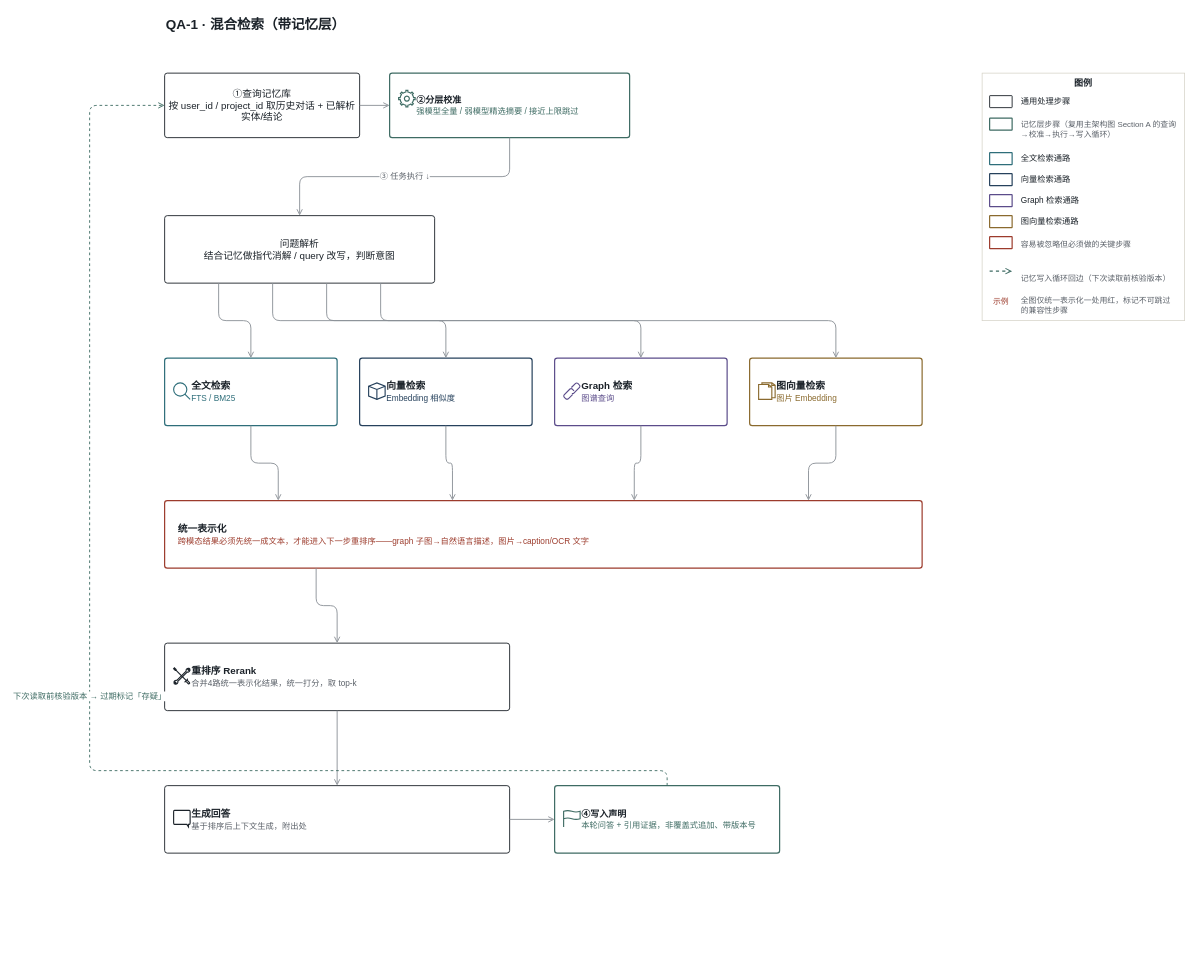
Earlier version of the draw.io diagram drawio/qa-01-hybrid-retrieval.drawio (tiand23/AICompass). Source tidied: cells renumbered, new cells numbered last; positions are measured from the earlier drawing's top-left corner, leaving out a move shared by most shapes. Both pictures are drawn from the tidied source at 75%, with x=0, y=0 at pixel (89, 13).
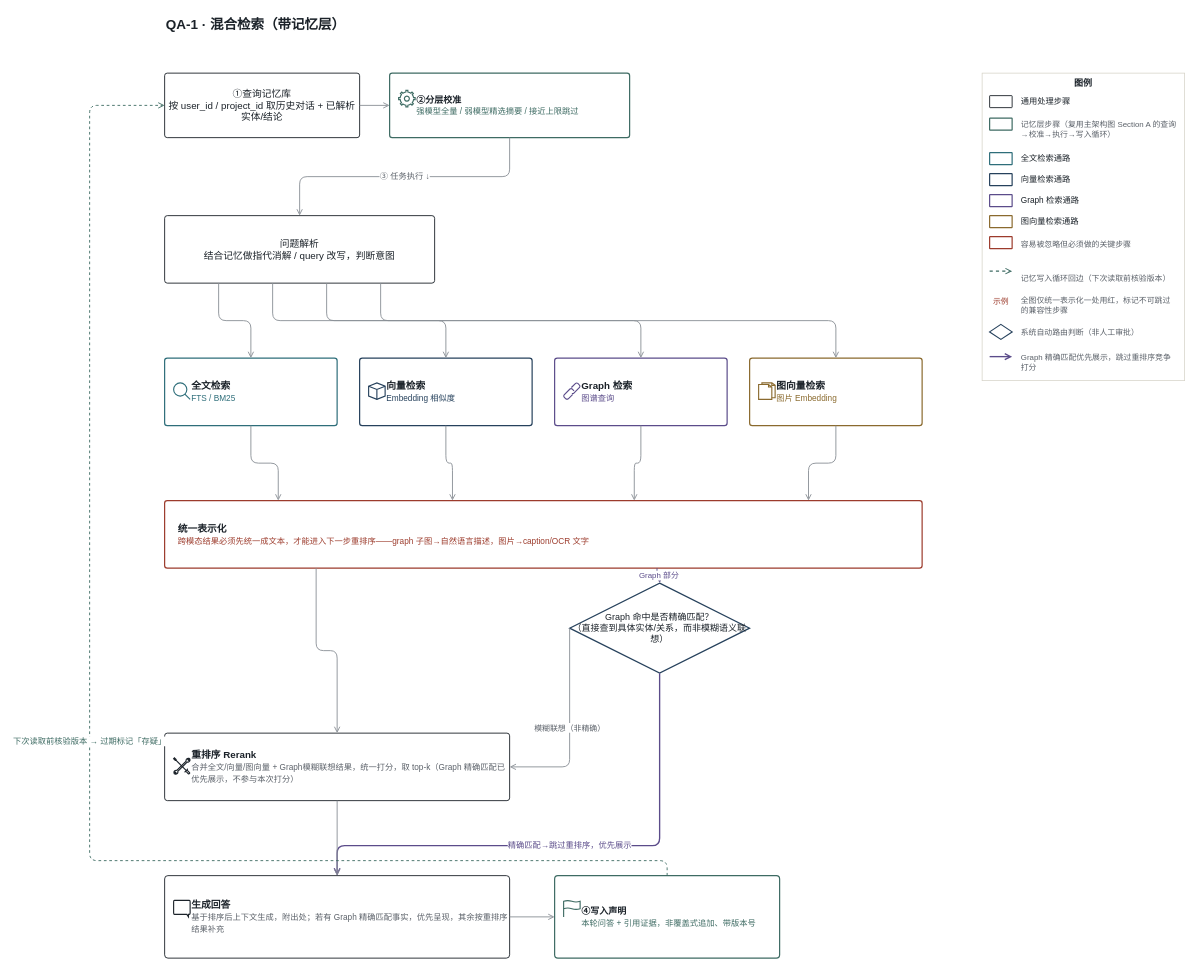
The same diagram, later.

The change refers to these unchanged cells:
```xml
<mxCell id="3" value="①查询记忆库&#10;按 user_id / project_id 取历史对话 + 已解析实体/结论" style="rounded=1;arcSize=4;whiteSpace=wrap;html=1;fillColor=#FFFFFF;strokeColor=#1B2229;strokeWidth=1.2;fontSize=13;fontColor=#1B2229;fontFamily=Helvetica;" parent="1" vertex="1">
  <mxGeometry x="100" y="80" width="260" height="86" as="geometry" />
</mxCell>
<mxCell id="21" value="&lt;b&gt;统一表示化&lt;/b&gt;&lt;br&gt;&lt;font color=#9C3B2C style=&quot;font-size:11px&quot;&gt;跨模态结果必须先统一成文本，才能进入下一步重排序——graph 子图→自然语言描述，图片→caption/OCR 文字&lt;/font&gt;" style="rounded=1;arcSize=4;whiteSpace=wrap;html=1;fillColor=#FFFFFF;strokeColor=#9C3B2C;strokeWidth=1.6;align=left;verticalAlign=middle;spacingLeft=16;fontSize=13;fontColor=#1B2229;fontFamily=Helvetica;" parent="1" vertex="1">
  <mxGeometry x="100" y="650" width="1010" height="90" as="geometry" />
</mxCell>
```

Change to the diagram source:
```diff
@@
-    <mxCell id="26" value="&lt;b&gt;重排序 Rerank&lt;/b&gt;&lt;br&gt;&lt;font color=#5B6169 style=&quot;font-size:11px&quot;&gt;合并4路统一表示化结果，统一打分，取 top-k&lt;/font&gt;" style="rounded=1;arcSize=4;whiteSpace=wrap;html=1;fillColor=#FFFFFF;strokeColor=#1B2229;strokeWidth=1.2;align=left;verticalAlign=middle;spacingLeft=34;fontSize=13;fontColor=#1B2229;fontFamily=Helvetica;" parent="1" vertex="1">
-      <mxGeometry x="100" y="840" width="460" height="90" as="geometry" />
+    <mxCell id="26" value="&lt;b&gt;重排序 Rerank&lt;/b&gt;&lt;br&gt;&lt;font color=#5B6169 style=&quot;font-size:11px&quot;&gt;合并全文/向量/图向量 + Graph模糊联想结果，统一打分，取 top-k（Graph 精确匹配已优先展示，不参与本次打分）&lt;/font&gt;" style="rounded=1;arcSize=4;whiteSpace=wrap;html=1;fillColor=#FFFFFF;strokeColor=#1B2229;strokeWidth=1.2;align=left;verticalAlign=middle;spacingLeft=34;fontSize=13;fontColor=#1B2229;fontFamily=Helvetica;" parent="1" vertex="1">
+      <mxGeometry x="100" y="960" width="460" height="90" as="geometry" />
     </mxCell>
     <mxCell id="27" style="shape=mxgraph.ios7.icons.tools;html=1;strokeColor=#1B2229;fillColor=none;strokeWidth=1.5;" parent="1" vertex="1">
-      <mxGeometry x="112" y="873" width="22" height="22" as="geometry" />
+      <mxGeometry x="112" y="993" width="22" height="22" as="geometry" />
     </mxCell>
@@
+    <mxCell id="55" value="Graph 命中是否精确匹配？&#10;（直接查到具体实体/关系，而非模糊语义联想）" style="rhombus;whiteSpace=wrap;html=1;fillColor=#FFFFFF;strokeColor=#26415C;strokeWidth=1.6;fontSize=12;fontColor=#1B2229;fontFamily=Helvetica;" parent="1" vertex="1">
+      <mxGeometry x="640" y="760" width="240" height="120" as="geometry" />
+    </mxCell>
+    <mxCell id="56" value="Graph 部分" style="edgeStyle=orthogonalEdgeStyle;rounded=1;html=1;strokeWidth=1.2;strokeColor=#5B4C8A;fontColor=#5B4C8A;endArrow=open;endFill=0;exitX=0.65;exitY=1;entryX=0.5;entryY=0;labelBackgroundColor=#FFFFFF;fontSize=10.5;" parent="1" edge="1" source="21" target="55">
+      <mxGeometry relative="1" as="geometry" />
+    </mxCell>
+    <mxCell id="57" value="模糊联想（非精确）" style="edgeStyle=orthogonalEdgeStyle;rounded=1;html=1;strokeWidth=1.2;strokeColor=#8A8F96;fontColor=#5B6169;endArrow=open;endFill=0;exitX=0;exitY=0.5;entryX=1;entryY=0.5;labelBackgroundColor=#FFFFFF;fontSize=10.5;" parent="1" edge="1" source="55" target="26">
+      <mxGeometry relative="1" as="geometry">
+        <Array as="points">
+          <mxPoint x="640" y="1005" />
+        </Array>
+      </mxGeometry>
+    </mxCell>
+    <mxCell id="58" value="精确匹配→跳过重排序，优先展示" style="edgeStyle=orthogonalEdgeStyle;rounded=1;html=1;strokeWidth=1.8;strokeColor=#5B4C8A;fontColor=#5B4C8A;endArrow=open;endFill=0;exitX=0.5;exitY=1;entryX=0.5;entryY=0;labelBackgroundColor=#FFFFFF;fontSize=11;" parent="1" edge="1" source="55" target="29">
+      <mxGeometry relative="1" as="geometry">
+        <Array as="points">
+          <mxPoint x="760" y="1110" />
+          <mxPoint x="330" y="1110" />
+        </Array>
+      </mxGeometry>
+    </mxCell>
-    <mxCell id="29" value="&lt;b&gt;生成回答&lt;/b&gt;&lt;br&gt;&lt;font color=#5B6169 style=&quot;font-size:11px&quot;&gt;基于排序后上下文生成，附出处&lt;/font&gt;" style="rounded=1;arcSize=4;whiteSpace=wrap;html=1;fillColor=#FFFFFF;strokeColor=#1B2229;strokeWidth=1.2;align=left;verticalAlign=middle;spacingLeft=34;fontSize=13;fontColor=#1B2229;fontFamily=Helvetica;" parent="1" vertex="1">
-      <mxGeometry x="100" y="1030" width="460" height="90" as="geometry" />
+    <mxCell id="29" value="&lt;b&gt;生成回答&lt;/b&gt;&lt;br&gt;&lt;font color=#5B6169 style=&quot;font-size:11px&quot;&gt;基于排序后上下文生成，附出处；若有 Graph 精确匹配事实，优先呈现，其余按重排序结果补充&lt;/font&gt;" style="rounded=1;arcSize=4;whiteSpace=wrap;html=1;fillColor=#FFFFFF;strokeColor=#1B2229;strokeWidth=1.2;align=left;verticalAlign=middle;spacingLeft=34;fontSize=13;fontColor=#1B2229;fontFamily=Helvetica;" parent="1" vertex="1">
+      <mxGeometry x="100" y="1150" width="460" height="110" as="geometry" />
     </mxCell>
     <mxCell id="30" style="shape=mxgraph.ios7.icons.message;html=1;strokeColor=#1B2229;fillColor=none;strokeWidth=1.5;" parent="1" vertex="1">
-      <mxGeometry x="112" y="1063" width="22" height="22" as="geometry" />
+      <mxGeometry x="112" y="1183" width="22" height="22" as="geometry" />
     </mxCell>
@@
     <mxCell id="32" value="&lt;b&gt;④写入声明&lt;/b&gt;&lt;br&gt;&lt;font color=#3E6B63 style=&quot;font-size:11px&quot;&gt;本轮问答 + 引用证据，非覆盖式追加、带版本号&lt;/font&gt;" style="rounded=1;arcSize=4;whiteSpace=wrap;html=1;fillColor=#FFFFFF;strokeColor=#3E6B63;strokeWidth=1.6;align=left;verticalAlign=middle;spacingLeft=34;fontSize=12;fontColor=#1B2229;fontFamily=Helvetica;" parent="1" vertex="1">
-      <mxGeometry x="620" y="1030" width="300" height="90" as="geometry" />
+      <mxGeometry x="620" y="1150" width="300" height="110" as="geometry" />
     </mxCell>
     <mxCell id="33" style="shape=mxgraph.ios7.icons.flag;html=1;strokeColor=#3E6B63;fillColor=none;strokeWidth=1.5;" parent="1" vertex="1">
-      <mxGeometry x="632" y="1063" width="22" height="22" as="geometry" />
+      <mxGeometry x="632" y="1183" width="22" height="22" as="geometry" />
     </mxCell>
@@
     <mxCell id="35" value="下次读取前核验版本 → 过期标记「存疑」" style="edgeStyle=orthogonalEdgeStyle;rounded=1;html=1;dashed=1;strokeWidth=1.2;strokeColor=#3E6B63;fontColor=#3E6B63;endArrow=open;endFill=0;exitX=0.5;exitY=0;entryX=0;entryY=0.5;labelBackgroundColor=#FFFFFF;fontSize=11;" parent="1" edge="1" source="32" target="3">
       <mxGeometry relative="1" as="geometry">
         <Array as="points">
-          <mxPoint x="770" y="1010" />
-          <mxPoint y="1010" />
+          <mxPoint x="770" y="1130" />
+          <mxPoint y="1130" />
           <mxPoint y="123" />
         </Array>
       </mxGeometry>
     </mxCell>
     <mxCell id="36" value="图例" style="rounded=0;whiteSpace=wrap;html=1;fillColor=none;strokeColor=#D6D3C8;verticalAlign=top;fontStyle=1;fontSize=12;fontColor=#1B2229;fontFamily=Helvetica;" parent="1" vertex="1">
-      <mxGeometry x="1190" y="80" width="270" height="330" as="geometry" />
+      <mxGeometry x="1190" y="80" width="270" height="410" as="geometry" />
     </mxCell>
@@
+    <mxCell id="59" style="rhombus;html=1;fillColor=#FFFFFF;strokeColor=#26415C;strokeWidth=1.6;" parent="36" vertex="1">
+      <mxGeometry x="10" y="335" width="30" height="20" as="geometry" />
+    </mxCell>
+    <mxCell id="60" value="系统自动路由判断（非人工审批）" style="text;html=1;whiteSpace=wrap;align=left;verticalAlign=middle;fontSize=10.5;fontColor=#5B6169;fontFamily=Helvetica;" parent="36" vertex="1">
+      <mxGeometry x="50" y="330" width="210" height="30" as="geometry" />
+    </mxCell>
+    <mxCell id="61" style="html=1;endArrow=open;endFill=0;strokeWidth=1.8;strokeColor=#5B4C8A;" parent="36" edge="1">
+      <mxGeometry relative="1" as="geometry">
+        <mxPoint x="10" y="378" as="sourcePoint" />
+        <mxPoint x="40" y="378" as="targetPoint" />
+      </mxGeometry>
+    </mxCell>
+    <mxCell id="62" value="Graph 精确匹配优先展示，跳过重排序竞争打分" style="text;html=1;whiteSpace=wrap;align=left;verticalAlign=middle;fontSize=10.5;fontColor=#5B6169;fontFamily=Helvetica;" parent="36" vertex="1">
+      <mxGeometry x="50" y="368" width="210" height="34" as="geometry" />
+    </mxCell>
```
